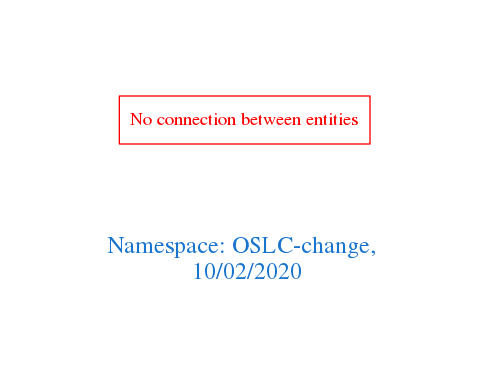
arago/OGIT keeps this Graphviz diagram as downloads/OSLC-change.png. Above is the earlier version. Its source is kept beside it as downloads/OSLC-change.dot.
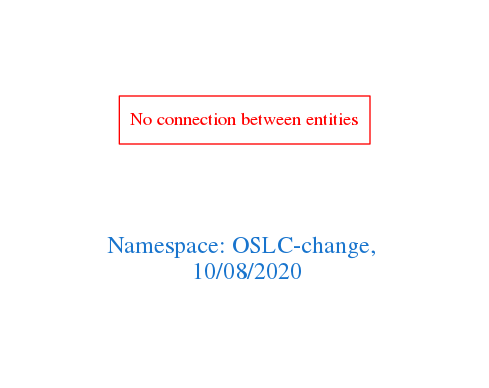
After the commit.

Change to the diagram source:
```diff
@@ -1,7 +1,7 @@
 digraph OGIT_ontology {
  graph [ rankdir= LR,pad=1
 fontsize = 18,
-fontcolor= dodgerblue3,label = "\n\n\nNamespace: OSLC-change, \n 10/02/2020"];
+fontcolor= dodgerblue3,label = "\n\n\nNamespace: OSLC-change, \n 10/08/2020"];
 node[shape=polygon];
 edge [  color="gray81"];
 
```
